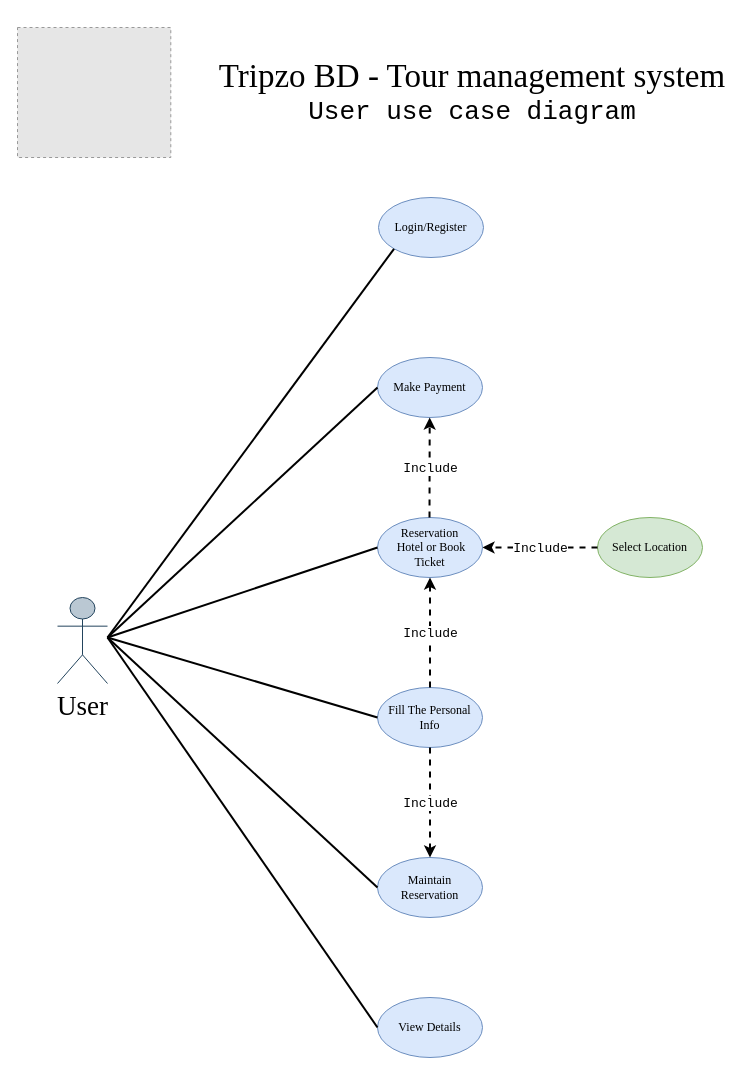
Above: User UML.drawio in Project-TripzoBD/TripzoBD (draw.io), before the change. Source tidied: cells renumbered, new cells numbered last; positions are measured from the earlier drawing's top-left corner, leaving out a move shared by most shapes. Both pictures are drawn from the tidied source at 100%, with x=0, y=0 at pixel (17, 17). Pictures stored in the file or linked from it are replaced by grey dashed boxes.
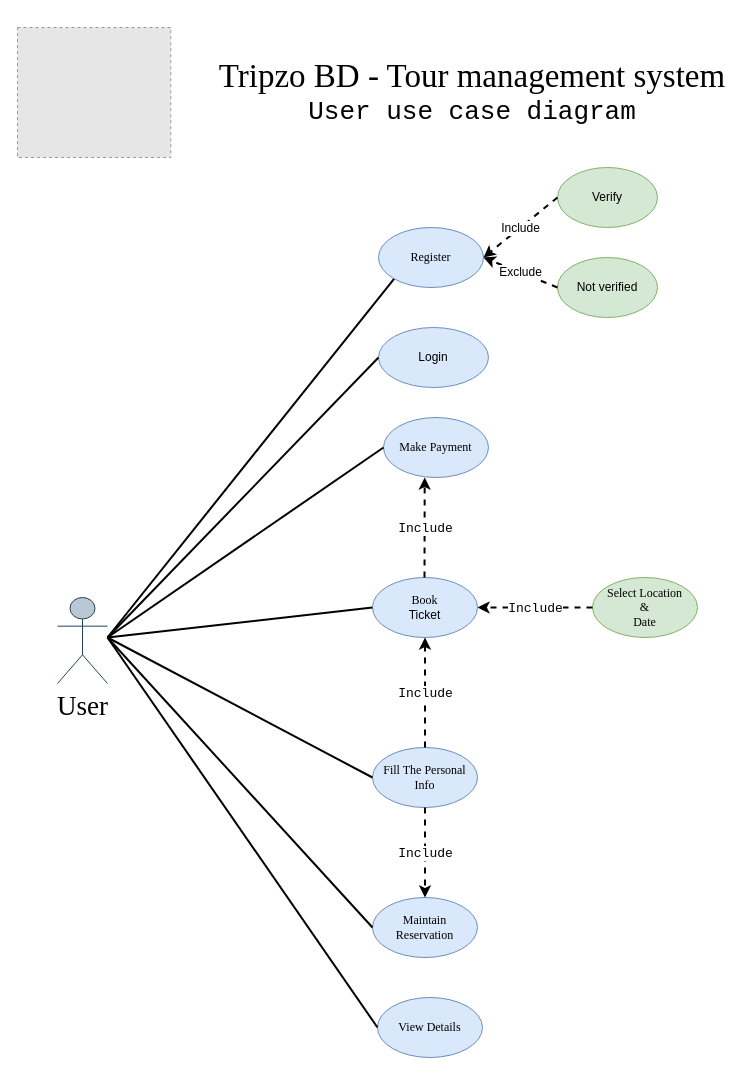
After the change.

Commit message (it also covers changes not shown here):
UML diagram drawio file

The edit, as a diff of the source:
```diff
@@
-    <mxCell id="3" value="Login/Register" style="ellipse;whiteSpace=wrap;html=1;fontFamily=Times New Roman;fillColor=#dae8fc;strokeColor=#6c8ebf;" parent="1" vertex="1">
-      <mxGeometry x="361" y="180" width="105" height="60" as="geometry" />
+    <mxCell id="3" value="Register" style="ellipse;whiteSpace=wrap;html=1;fontFamily=Times New Roman;fillColor=#dae8fc;strokeColor=#6c8ebf;" parent="1" vertex="1">
+      <mxGeometry x="361" y="210" width="105" height="60" as="geometry" />
     </mxCell>
-    <mxCell id="4" value="&lt;font face=&quot;Times New Roman&quot;&gt;Reservation&lt;br&gt;&amp;nbsp;Hotel or Book Ticket&lt;/font&gt;" style="ellipse;whiteSpace=wrap;html=1;fillColor=#dae8fc;strokeColor=#6c8ebf;" parent="1" vertex="1">
-      <mxGeometry x="360" y="500" width="105" height="60" as="geometry" />
+    <mxCell id="4" value="&lt;font face=&quot;Times New Roman&quot;&gt;Book&lt;br&gt;&lt;/font&gt;Ticket" style="ellipse;whiteSpace=wrap;html=1;fillColor=#dae8fc;strokeColor=#6c8ebf;" parent="1" vertex="1">
+      <mxGeometry x="355" y="560" width="105" height="60" as="geometry" />
     </mxCell>
     <mxCell id="5" value="&lt;font face=&quot;Times New Roman&quot;&gt;Make Payment&lt;/font&gt;" style="ellipse;whiteSpace=wrap;html=1;fillColor=#dae8fc;strokeColor=#6c8ebf;" parent="1" vertex="1">
-      <mxGeometry x="360" y="340" width="105" height="60" as="geometry" />
+      <mxGeometry x="366" y="400" width="105" height="60" as="geometry" />
     </mxCell>
-    <mxCell id="6" value="&lt;font face=&quot;Times New Roman&quot;&gt;Select Location&lt;/font&gt;" style="ellipse;whiteSpace=wrap;html=1;fillColor=#d5e8d4;strokeColor=#82b366;" parent="1" vertex="1">
-      <mxGeometry x="580" y="500" width="105" height="60" as="geometry" />
+    <mxCell id="6" value="&lt;font face=&quot;Times New Roman&quot;&gt;Select Location&lt;br&gt;&amp;amp;&lt;br&gt;Date&lt;br&gt;&lt;/font&gt;" style="ellipse;whiteSpace=wrap;html=1;fillColor=#d5e8d4;strokeColor=#82b366;" parent="1" vertex="1">
+      <mxGeometry x="575" y="560" width="105" height="60" as="geometry" />
     </mxCell>
     <mxCell id="7" value="&lt;font face=&quot;Times New Roman&quot;&gt;Fill The Personal Info&lt;/font&gt;" style="ellipse;whiteSpace=wrap;html=1;fillColor=#dae8fc;strokeColor=#6c8ebf;" parent="1" vertex="1">
-      <mxGeometry x="360" y="670" width="105" height="60" as="geometry" />
+      <mxGeometry x="355" y="730" width="105" height="60" as="geometry" />
     </mxCell>
@@
     <mxCell id="9" value="&lt;font face=&quot;Times New Roman&quot;&gt;Maintain Reservation&lt;/font&gt;" style="ellipse;whiteSpace=wrap;html=1;fillColor=#dae8fc;strokeColor=#6c8ebf;" parent="1" vertex="1">
-      <mxGeometry x="360" y="840" width="105" height="60" as="geometry" />
+      <mxGeometry x="355" y="880" width="105" height="60" as="geometry" />
     </mxCell>
@@
     <mxCell id="12" style="endArrow=classic;html=1;dashed=1;strokeWidth=2;entryX=0.5;entryY=1;entryDx=0;entryDy=0;" parent="1" edge="1">
       <mxGeometry relative="1" as="geometry">
-        <mxPoint x="412" y="500" as="sourcePoint" />
-        <mxPoint x="412.2" y="400" as="targetPoint" />
+        <mxPoint x="407" y="560" as="sourcePoint" />
+        <mxPoint x="407.2" y="460" as="targetPoint" />
       </mxGeometry>
     </mxCell>
@@
+    <mxCell id="26" value="Login" style="ellipse;whiteSpace=wrap;html=1;fillColor=#dae8fc;strokeColor=#6c8ebf;" parent="1" vertex="1">
+      <mxGeometry x="361" y="310" width="110" height="60" as="geometry" />
+    </mxCell>
+    <mxCell id="27" value="Verify" style="ellipse;whiteSpace=wrap;html=1;fillColor=#d5e8d4;strokeColor=#82b366;" parent="1" vertex="1">
+      <mxGeometry x="540" y="150" width="100" height="60" as="geometry" />
+    </mxCell>
+    <mxCell id="28" style="endArrow=classic;html=1;exitX=0;exitY=0.5;exitDx=0;exitDy=0;entryX=1;entryY=0.5;entryDx=0;entryDy=0;strokeWidth=2;dashed=1;" parent="1" edge="1" source="27" target="3">
+      <mxGeometry relative="1" as="geometry" />
+    </mxCell>
+    <mxCell id="29" value="Include" style="edgeLabel;html=1;align=center;verticalAlign=middle;fontSize=12;" parent="28" vertex="1">
+      <mxGeometry relative="1" as="geometry" />
+    </mxCell>
+    <mxCell id="30" value="Not verified" style="ellipse;whiteSpace=wrap;html=1;fontSize=12;fillColor=#d5e8d4;strokeColor=#82b366;" parent="1" vertex="1">
+      <mxGeometry x="540" y="240" width="100" height="60" as="geometry" />
+    </mxCell>
+    <mxCell id="31" style="endArrow=classic;html=1;dashed=1;fontSize=12;strokeWidth=2;exitX=0;exitY=0.5;exitDx=0;exitDy=0;entryX=1;entryY=0.5;entryDx=0;entryDy=0;" parent="1" edge="1" source="30" target="3">
+      <mxGeometry relative="1" as="geometry" />
+    </mxCell>
+    <mxCell id="32" value="Exclude" style="edgeLabel;html=1;align=center;verticalAlign=middle;fontSize=12;" parent="31" vertex="1">
+      <mxGeometry relative="1" as="geometry" />
+    </mxCell>
+    <mxCell id="33" style="endArrow=none;html=1;fontSize=12;strokeWidth=2;entryX=0;entryY=0.5;entryDx=0;entryDy=0;" parent="1" edge="1" target="26">
+      <mxGeometry relative="1" as="geometry">
+        <mxPoint x="90" y="620" as="sourcePoint" />
+      </mxGeometry>
+    </mxCell>
```
